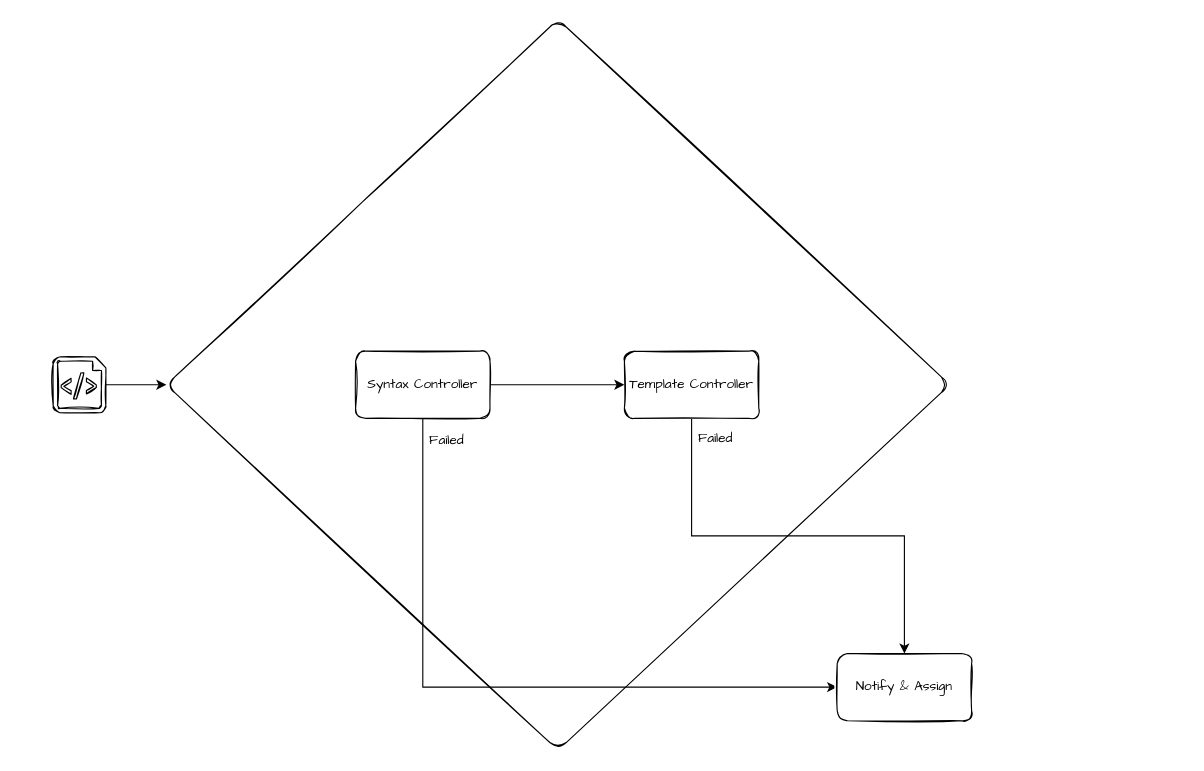
This is page "Request Validator" (3 of 4) of diagrams/open-automation.drawio from haidouks/open-automation, a draw.io file, before an edit. Source tidied: cells renumbered, new cells numbered last; positions are measured from the earlier drawing's top-left corner, leaving out a move shared by most shapes. Both pictures are drawn from the tidied source at 112%, with x=0, y=0 at pixel (53, 19).
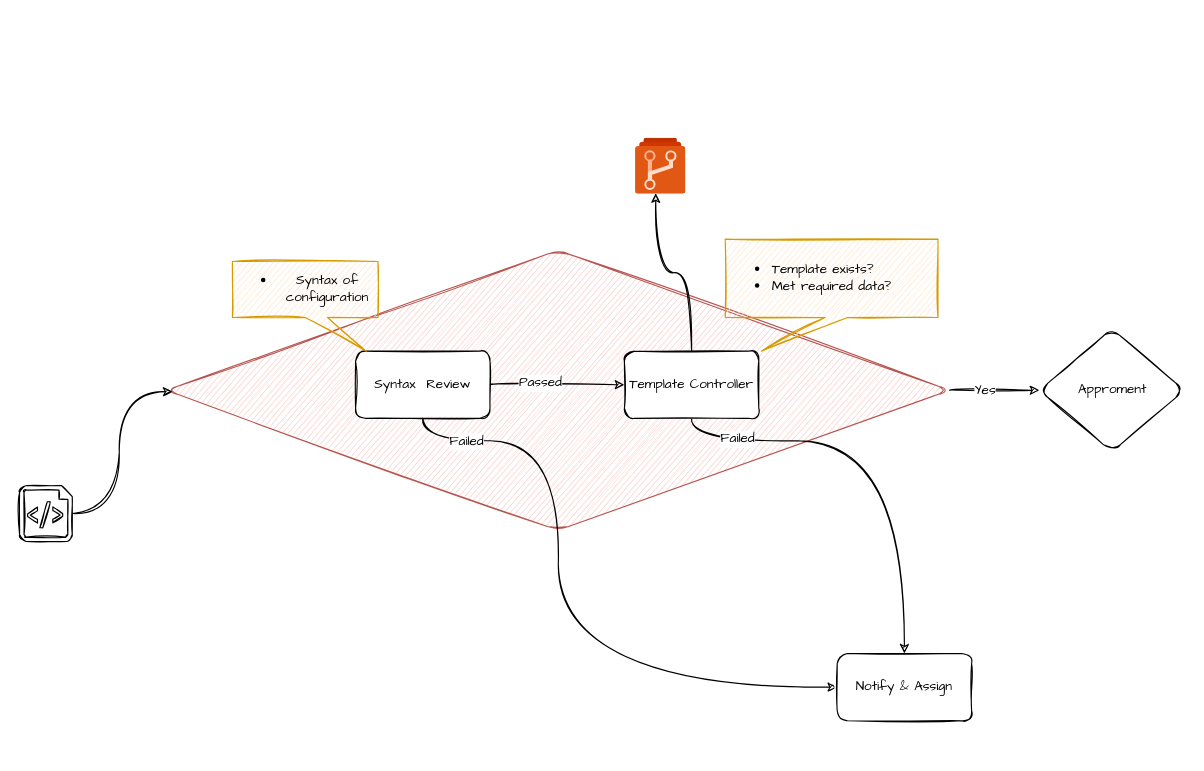
The same diagram, later.

The change refers to these unchanged cells:
```xml
<mxCell id="11" value="Template Controller" style="whiteSpace=wrap;html=1;rounded=1;fontFamily=Comic Sans MS;sketch=1;" parent="1" vertex="1">
  <mxGeometry x="510" y="296" width="120" height="60" as="geometry" />
</mxCell>
```

The edit, as a diff of the source:
```diff
@@
+    <mxCell id="13" style="edgeStyle=orthogonalEdgeStyle;rounded=0;jettySize=auto;html=1;fontFamily=Comic Sans MS;fontSize=17;curved=1;sketch=1;" parent="1" edge="1" source="4" target="20">
+      <mxGeometry relative="1" as="geometry" />
+    </mxCell>
+    <mxCell id="14" value="Yes" style="edgeLabel;html=1;align=center;verticalAlign=middle;fontSize=12;fontFamily=Comic Sans MS;sketch=1;" parent="13" vertex="1">
+      <mxGeometry x="-0.23" relative="1" as="geometry" />
+    </mxCell>
+    <mxCell id="4" style="rhombus;whiteSpace=wrap;html=1;rounded=1;shadow=0;dashed=0;fontFamily=Comic Sans MS;verticalAlign=top;fillColor=#f8cecc;strokeColor=#b85450;sketch=1;" parent="1" vertex="1">
+      <mxGeometry x="101" y="206" width="699.5" height="250" as="geometry" />
+    </mxCell>
-    <mxCell id="2" style="edgeStyle=orthogonalEdgeStyle;rounded=0;jettySize=auto;html=1;fontFamily=Comic Sans MS;fontSize=12;" parent="1" edge="1" source="3" target="4">
+    <mxCell id="2" style="edgeStyle=orthogonalEdgeStyle;rounded=0;jettySize=auto;html=1;entryX=0.008;entryY=0.505;entryDx=0;entryDy=0;entryPerimeter=0;fontFamily=Comic Sans MS;fontSize=12;curved=1;sketch=1;" parent="1" edge="1" source="3" target="4">
       <mxGeometry relative="1" as="geometry" />
     </mxCell>
-    <mxCell id="3" style="shadow=0;dashed=0;html=1;labelPosition=center;verticalLabelPosition=bottom;verticalAlign=top;align=center;shape=mxgraph.azure.script_file;rounded=1;labelBackgroundColor=none;sketch=1;fontFamily=Comic Sans MS;fontSize=12;" parent="1" vertex="1">
-      <mxGeometry y="301" width="47" height="50" as="geometry" />
+    <mxCell id="3" style="shadow=0;dashed=0;html=1;labelPosition=center;verticalLabelPosition=bottom;verticalAlign=top;align=center;shape=mxgraph.azure.script_file;rounded=1;labelBackgroundColor=none;fontFamily=Comic Sans MS;fontSize=12;sketch=1;" parent="1" vertex="1">
+      <mxGeometry x="-30" y="416" width="47" height="50" as="geometry" />
     </mxCell>
-    <mxCell id="4" style="rhombus;whiteSpace=wrap;html=1;rounded=1;shadow=0;dashed=0;fontFamily=Comic Sans MS;verticalAlign=top;sketch=1;" parent="1" vertex="1">
-      <mxGeometry x="101" y="-0.2" width="699.5" height="652.5" as="geometry" />
-    </mxCell>
-    <mxCell id="5" style="edgeStyle=orthogonalEdgeStyle;rounded=0;jettySize=auto;html=1;fontFamily=Comic Sans MS;fontSize=12;" parent="1" edge="1" source="8" target="11">
-      <mxGeometry relative="1" as="geometry" />
-    </mxCell>
-    <mxCell id="6" style="edgeStyle=orthogonalEdgeStyle;rounded=0;jettySize=auto;html=1;exitX=0.5;exitY=1;exitDx=0;exitDy=0;entryX=0;entryY=0.5;entryDx=0;entryDy=0;fontFamily=Comic Sans MS;fontSize=12;" parent="1" edge="1" source="8" target="12">
-      <mxGeometry relative="1" as="geometry" />
+    <mxCell id="6" style="edgeStyle=orthogonalEdgeStyle;rounded=0;jettySize=auto;html=1;exitX=0.5;exitY=1;exitDx=0;exitDy=0;entryX=0;entryY=0.5;entryDx=0;entryDy=0;fontFamily=Comic Sans MS;fontSize=12;curved=1;sketch=1;" parent="1" edge="1" source="8" target="12">
+      <mxGeometry relative="1" as="geometry">
+        <Array as="points">
+          <mxPoint x="330" y="376" />
+          <mxPoint x="451" y="376" />
+          <mxPoint x="451" y="596" />
+        </Array>
+      </mxGeometry>
     </mxCell>
-    <mxCell id="7" value="Failed" style="edgeLabel;html=1;align=center;verticalAlign=middle;fontSize=12;fontFamily=Comic Sans MS;labelBackgroundColor=none;" parent="6" vertex="1">
-      <mxGeometry x="-0.34" y="1" relative="1" as="geometry">
-        <mxPoint x="19" y="-182" as="offset" />
+    <mxCell id="7" value="Failed" style="edgeLabel;html=1;align=center;verticalAlign=middle;fontSize=12;fontFamily=Comic Sans MS;sketch=1;" parent="6" vertex="1">
+      <mxGeometry x="-0.75" relative="1" as="geometry">
+        <mxPoint x="-17.5" as="offset" />
       </mxGeometry>
     </mxCell>
+    <mxCell id="5" style="edgeStyle=orthogonalEdgeStyle;rounded=0;jettySize=auto;html=1;entryX=0;entryY=0.5;entryDx=0;entryDy=0;fontFamily=Comic Sans MS;fontSize=12;curved=1;sketch=1;" parent="1" edge="1" source="8" target="11">
+      <mxGeometry relative="1" as="geometry" />
+    </mxCell>
+    <mxCell id="15" value="Passed" style="edgeLabel;html=1;align=center;verticalAlign=middle;fontSize=12;fontFamily=Comic Sans MS;sketch=1;" parent="5" vertex="1">
+      <mxGeometry x="-0.27" y="2" relative="1" as="geometry" />
+    </mxCell>
-    <mxCell id="8" value="Syntax Controller" style="rounded=1;whiteSpace=wrap;html=1;labelBackgroundColor=none;sketch=1;fontFamily=Comic Sans MS;fontSize=12;align=center;" parent="1" vertex="1">
+    <mxCell id="8" value="Syntax &amp;nbsp;Review" style="rounded=1;whiteSpace=wrap;html=1;labelBackgroundColor=none;fontFamily=Comic Sans MS;fontSize=12;align=center;sketch=1;" parent="1" vertex="1">
       <mxGeometry x="270" y="296" width="120" height="60" as="geometry" />
     </mxCell>
-    <mxCell id="9" style="edgeStyle=orthogonalEdgeStyle;rounded=0;jettySize=auto;html=1;exitX=0.5;exitY=1;exitDx=0;exitDy=0;entryX=0.5;entryY=0;entryDx=0;entryDy=0;fontFamily=Comic Sans MS;fontSize=12;" parent="1" edge="1" source="11" target="12">
-      <mxGeometry relative="1" as="geometry" />
+    <mxCell id="9" style="edgeStyle=orthogonalEdgeStyle;rounded=0;jettySize=auto;html=1;exitX=0.5;exitY=1;exitDx=0;exitDy=0;entryX=0.5;entryY=0;entryDx=0;entryDy=0;fontFamily=Comic Sans MS;fontSize=12;curved=1;sketch=1;" parent="1" edge="1" source="11" target="12">
+      <mxGeometry relative="1" as="geometry">
+        <Array as="points">
+          <mxPoint x="570" y="376" />
+          <mxPoint x="760" y="376" />
+        </Array>
+      </mxGeometry>
     </mxCell>
-    <mxCell id="10" value="Failed" style="edgeLabel;html=1;align=center;verticalAlign=middle;fontSize=12;fontFamily=Comic Sans MS;labelBackgroundColor=none;" parent="9" vertex="1">
+    <mxCell id="10" value="Failed" style="edgeLabel;html=1;align=center;verticalAlign=middle;fontSize=12;fontFamily=Comic Sans MS;labelBackgroundColor=#ffffff;sketch=1;" parent="9" vertex="1">
       <mxGeometry x="-0.91" y="1" relative="1" as="geometry">
-        <mxPoint x="19" as="offset" />
+        <mxPoint x="39" y="0.8" as="offset" />
       </mxGeometry>
     </mxCell>
+    <mxCell id="16" style="edgeStyle=orthogonalEdgeStyle;rounded=0;jettySize=auto;html=1;exitX=0.5;exitY=0;exitDx=0;exitDy=0;entryX=0.4;entryY=0.98;entryDx=0;entryDy=0;entryPerimeter=0;fontFamily=Comic Sans MS;fontSize=12;curved=1;sketch=1;" parent="1" edge="1" source="11" target="17">
+      <mxGeometry relative="1" as="geometry" />
+    </mxCell>
@@
-    <mxCell id="12" value="Notify &amp;amp; Assign" style="whiteSpace=wrap;html=1;sketch=1;rounded=1;fontFamily=Comic Sans MS;" parent="1" vertex="1">
+    <mxCell id="12" value="Notify &amp;amp; Assign" style="whiteSpace=wrap;html=1;rounded=1;fontFamily=Comic Sans MS;sketch=1;" parent="1" vertex="1">
       <mxGeometry x="700" y="566" width="120" height="60" as="geometry" />
     </mxCell>
+    <mxCell id="17" style="html=1;points=[];align=center;image;fontSize=12;image=img/lib/mscae/Azure_Repos.svg;rounded=0;labelBackgroundColor=none;sketch=1;" parent="1" vertex="1">
+      <mxGeometry x="520" y="106" width="45" height="50" as="geometry" />
+    </mxCell>
+    <mxCell id="18" value="&lt;ul&gt;&lt;li&gt;Syntax of configuration&lt;/li&gt;&lt;/ul&gt;" style="shape=callout;whiteSpace=wrap;html=1;perimeter=calloutPerimeter;rounded=0;labelBackgroundColor=none;fontFamily=Comic Sans MS;fontSize=12;align=center;position2=0.92;fillColor=#ffe6cc;strokeColor=#d79b00;sketch=1;" parent="1" vertex="1">
+      <mxGeometry x="160" y="216" width="130" height="80" as="geometry" />
+    </mxCell>
+    <mxCell id="19" value="&lt;ul&gt;&lt;li&gt;Template exists?&lt;br&gt;&lt;/li&gt;&lt;li&gt;&lt;div&gt;Met required data?&lt;/div&gt;&lt;/li&gt;&lt;/ul&gt;" style="shape=callout;whiteSpace=wrap;html=1;perimeter=calloutPerimeter;rounded=0;labelBackgroundColor=none;fontFamily=Comic Sans MS;fontSize=12;align=left;position2=0.17;fillColor=#ffe6cc;strokeColor=#d79b00;size=30;position=0.47;sketch=1;" parent="1" vertex="1">
+      <mxGeometry x="600" y="196" width="190" height="100" as="geometry" />
+    </mxCell>
+    <mxCell id="20" value="Approment" style="rhombus;whiteSpace=wrap;html=1;rounded=1;shadow=0;dashed=0;fontFamily=Comic Sans MS;verticalAlign=middle;sketch=1;" parent="1" vertex="1">
+      <mxGeometry x="880.5" y="276" width="129.5" height="110" as="geometry" />
+    </mxCell>
```
